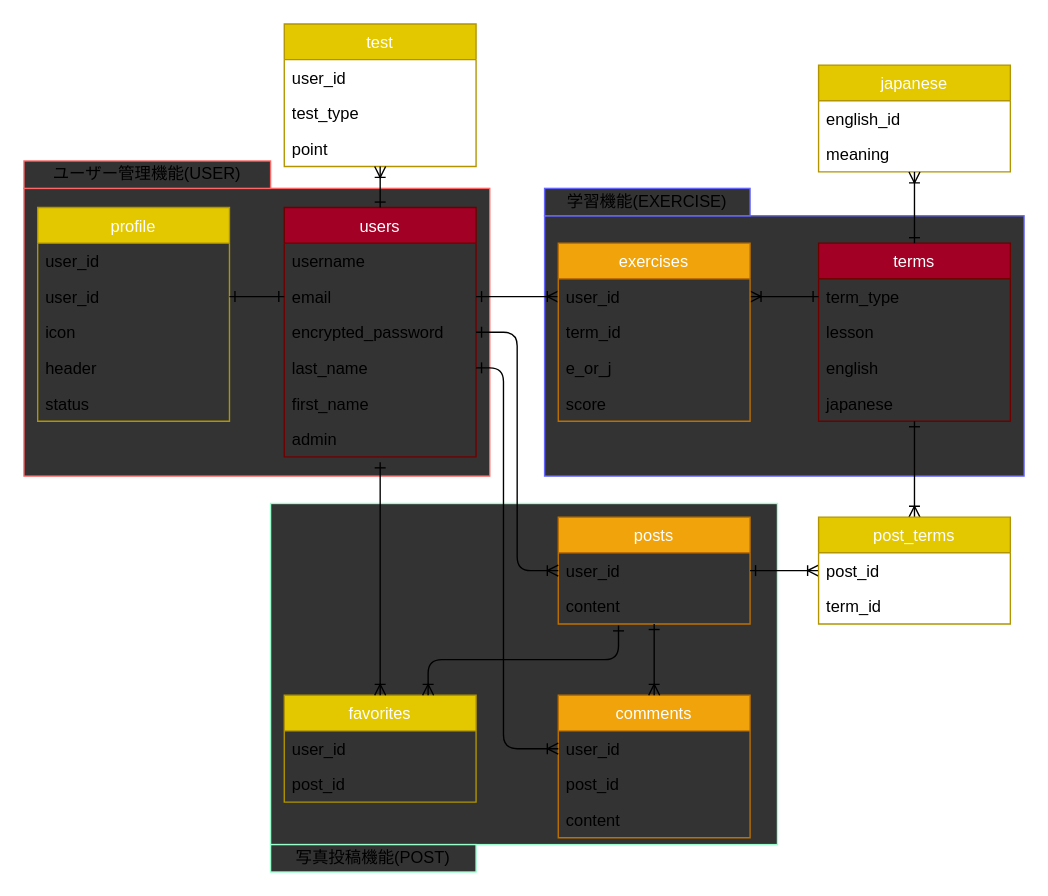
Above: er.drawio in HirokiYagou/duo_app (draw.io), before the change. Source tidied: cells renumbered, new cells numbered last; positions are measured from the earlier drawing's top-left corner, leaving out a move shared by most shapes. Both pictures are drawn from the tidied source at 137%, with x=0, y=0 at pixel (23, 23).
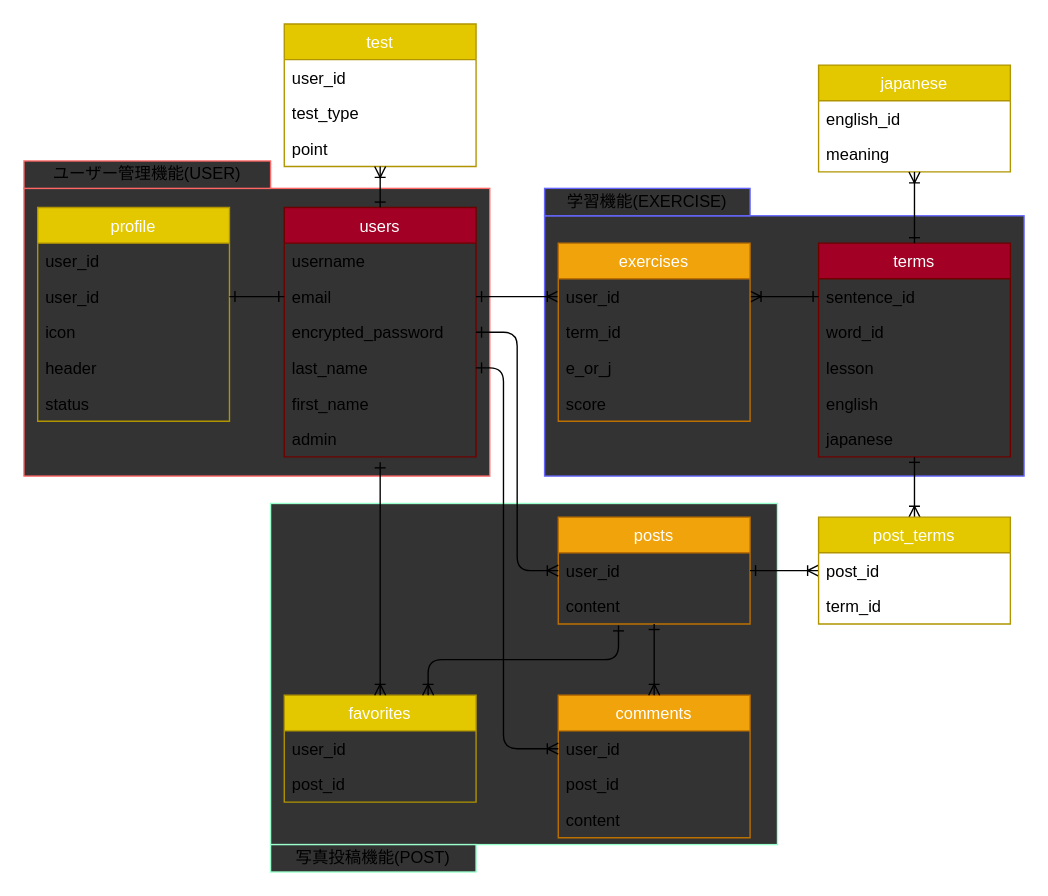
After the change.

Diff of the diagram source:
```diff
@@
     <mxCell id="15" value="terms" style="swimlane;fontStyle=0;horizontal=1;startSize=26;fillColor=#a20025;strokeColor=#6F0000;fontColor=#ffffff;" parent="1" vertex="1">
-      <mxGeometry x="580" y="160" width="140" height="130" as="geometry" />
+      <mxGeometry x="580" y="160" width="140" height="156" as="geometry" />
     </mxCell>
-    <mxCell id="16" value="term_type" style="text;strokeColor=none;fillColor=none;align=left;verticalAlign=top;spacingLeft=4;spacingRight=4;overflow=hidden;points=[[0,0.5],[1,0.5]];portConstraint=eastwest;" parent="15" vertex="1">
+    <mxCell id="16" value="sentence_id" style="text;strokeColor=none;fillColor=none;align=left;verticalAlign=top;spacingLeft=4;spacingRight=4;overflow=hidden;points=[[0,0.5],[1,0.5]];portConstraint=eastwest;" parent="15" vertex="1">
       <mxGeometry y="26" width="140" height="26" as="geometry" />
     </mxCell>
+    <mxCell id="63" value="word_id" style="text;strokeColor=none;fillColor=none;align=left;verticalAlign=top;spacingLeft=4;spacingRight=4;overflow=hidden;" parent="15" vertex="1">
+      <mxGeometry y="52" width="140" height="26" as="geometry" />
+    </mxCell>
     <mxCell id="17" value="lesson" style="text;strokeColor=none;fillColor=none;align=left;verticalAlign=top;spacingLeft=4;spacingRight=4;overflow=hidden;" parent="15" vertex="1">
-      <mxGeometry y="52" width="140" height="26" as="geometry" />
+      <mxGeometry y="78" width="140" height="26" as="geometry" />
     </mxCell>
     <mxCell id="18" value="english" style="text;strokeColor=none;fillColor=none;align=left;verticalAlign=top;spacingLeft=4;spacingRight=4;overflow=hidden;" parent="15" vertex="1">
-      <mxGeometry y="78" width="140" height="26" as="geometry" />
+      <mxGeometry y="104" width="140" height="26" as="geometry" />
     </mxCell>
     <mxCell id="19" value="japanese" style="text;strokeColor=none;fillColor=none;align=left;verticalAlign=top;spacingLeft=4;spacingRight=4;overflow=hidden;points=[[0,0.5],[1,0.5]];portConstraint=eastwest;" parent="15" vertex="1">
-      <mxGeometry y="104" width="140" height="26" as="geometry" />
+      <mxGeometry y="130" width="140" height="26" as="geometry" />
     </mxCell>
```
